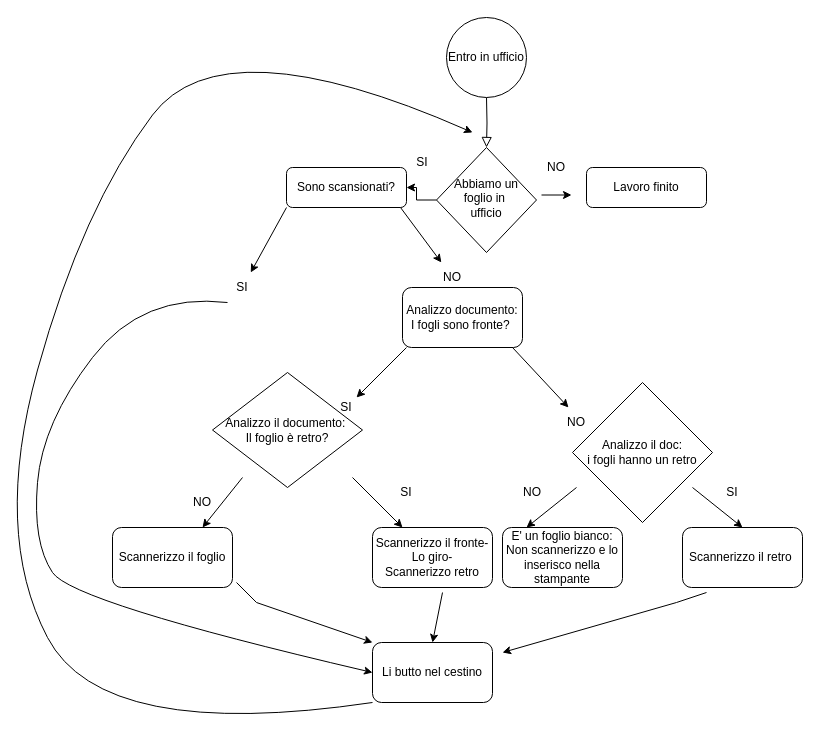
The draw.io diagram diagramma di flusso esercizio boolean.drawio in silviosalza/human-code, before the edit. Source tidied: cells renumbered, new cells numbered last; positions are measured from the earlier drawing's top-left corner, leaving out a move shared by most shapes. Both pictures are drawn from the tidied source at 100%, with x=0, y=0 at pixel (-8, 17).
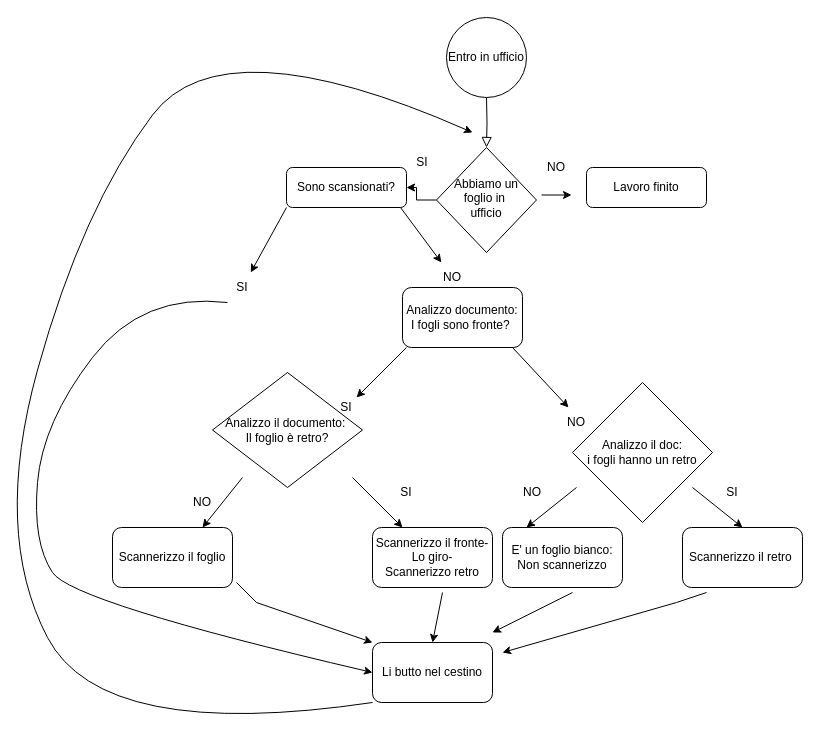
The same page after the edit.

Commit message:
diagramma aggiornato

Change to the diagram source:
```diff
@@
-    <mxCell id="26" value="E' un foglio bianco:&lt;br&gt;Non scannerizzo e lo inserisco nella stampante" style="rounded=1;whiteSpace=wrap;html=1;" parent="1" vertex="1">
+    <mxCell id="26" value="E' un foglio bianco:&lt;br&gt;Non scannerizzo" style="rounded=1;whiteSpace=wrap;html=1;" parent="1" vertex="1">
       <mxGeometry x="510" y="510" width="120" height="60" as="geometry" />
     </mxCell>
@@
+    <mxCell id="40" style="endArrow=classic;html=1;rounded=0;" parent="1" edge="1">
+      <mxGeometry relative="1" as="geometry">
+        <mxPoint x="580" y="575" as="sourcePoint" />
+        <mxPoint x="500" y="615" as="targetPoint" />
+      </mxGeometry>
+    </mxCell>
```
